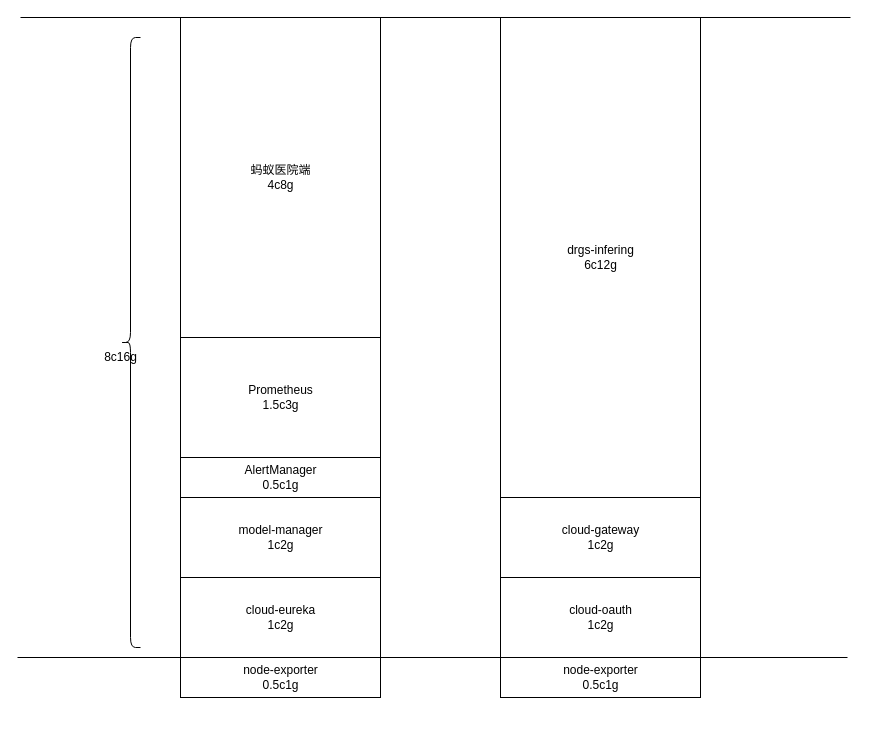
Earlier version of the draw.io diagram article/fl-learning.drawio (cactusgame/awesome). Source tidied: cells renumbered, new cells numbered last; positions are measured from the earlier drawing's top-left corner, leaving out a move shared by most shapes. Both pictures are drawn from the tidied source at 100%, with x=0, y=0 at pixel (17, 17).
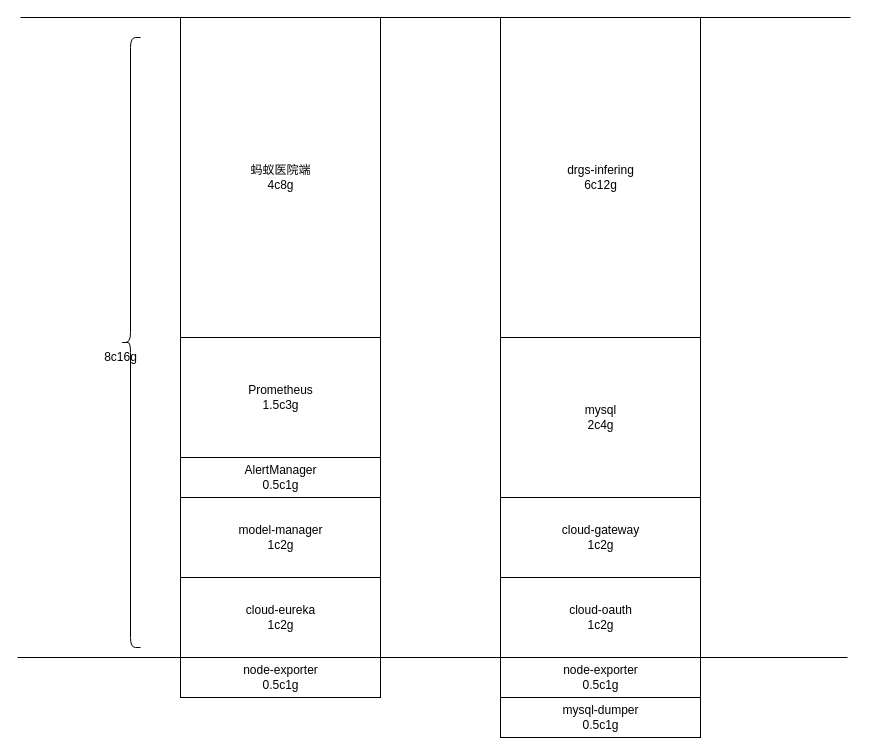
The same page after the edit.

The edit, as a diff of the source:
```diff
@@
     <mxCell id="9" value="drgs-infering&lt;br&gt;6c12g" style="html=1;" parent="1" vertex="1">
-      <mxGeometry x="483" width="200" height="480" as="geometry" />
+      <mxGeometry x="483" width="200" height="320" as="geometry" />
     </mxCell>
@@
+    <mxCell id="17" value="mysql-dumper&lt;br&gt;0.5c1g" style="html=1;" parent="1" vertex="1">
+      <mxGeometry x="483" y="680" width="200" height="40" as="geometry" />
+    </mxCell>
+    <mxCell id="18" value="mysql&lt;br&gt;2c4g" style="html=1;" parent="1" vertex="1">
+      <mxGeometry x="483" y="320" width="200" height="160" as="geometry" />
+    </mxCell>
```
